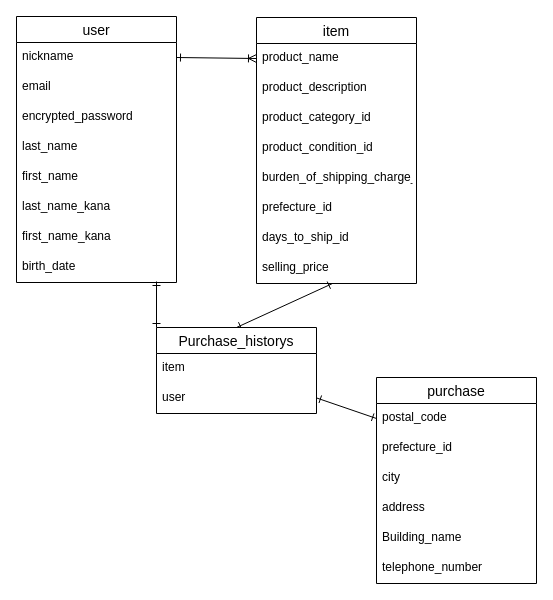
Earlier version of the draw.io diagram FURIMA-37117.dio (nakayoshi11/furima-37117). Source tidied: cells renumbered, new cells numbered last; positions are measured from the earlier drawing's top-left corner, leaving out a move shared by most shapes. Both pictures are drawn from the tidied source at 100%, with x=0, y=0 at pixel (16, 16).
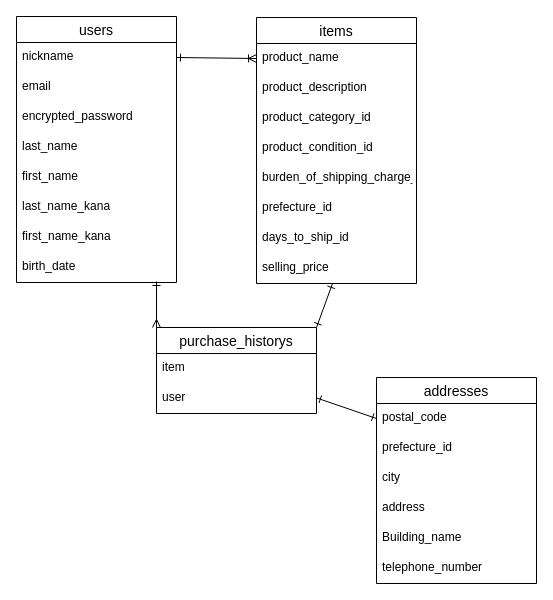
The same diagram, later.

The change refers to these unchanged cells:
```xml
<mxCell id="10" value="selling_price" style="text;strokeColor=none;fillColor=none;spacingLeft=4;spacingRight=4;overflow=hidden;points=[[0,0.5],[1,0.5]];portConstraint=eastwest;fontSize=12;" parent="2" vertex="1">
  <mxGeometry y="236" width="160" height="30" as="geometry" />
</mxCell>
<mxCell id="19" value="birth_date" style="text;strokeColor=none;fillColor=none;spacingLeft=4;spacingRight=4;overflow=hidden;points=[[0,0.5],[1,0.5]];portConstraint=eastwest;fontSize=12;" parent="11" vertex="1">
  <mxGeometry y="236" width="160" height="30" as="geometry" />
</mxCell>
```

Change to the diagram source:
```diff
@@
-    <mxCell id="2" value="item" style="swimlane;fontStyle=0;horizontal=1;startSize=26;align=center;fontSize=14;" parent="1" vertex="1">
+    <mxCell id="2" value="items" style="swimlane;fontStyle=0;horizontal=1;startSize=26;align=center;fontSize=14;" parent="1" vertex="1">
       <mxGeometry x="240" y="1" width="160" height="266" as="geometry" />
     </mxCell>
@@
-    <mxCell id="11" value="user" style="swimlane;fontStyle=0;horizontal=1;startSize=26;align=center;fontSize=14;" parent="1" vertex="1">
+    <mxCell id="11" value="users" style="swimlane;fontStyle=0;horizontal=1;startSize=26;align=center;fontSize=14;" parent="1" vertex="1">
       <mxGeometry width="160" height="266" as="geometry" />
     </mxCell>
@@
-    <mxCell id="20" value="purchase" style="swimlane;fontStyle=0;horizontal=1;startSize=26;align=center;fontSize=14;" parent="1" vertex="1">
+    <mxCell id="20" value="addresses" style="swimlane;fontStyle=0;horizontal=1;startSize=26;align=center;fontSize=14;" parent="1" vertex="1">
       <mxGeometry x="360" y="361" width="160" height="206" as="geometry" />
     </mxCell>
@@
-    <mxCell id="27" style="edgeStyle=none;html=1;exitX=0;exitY=0;exitDx=0;exitDy=0;startArrow=ERone;startFill=0;endArrow=ERone;endFill=0;entryX=0.875;entryY=0.967;entryDx=0;entryDy=0;entryPerimeter=0;" parent="1" edge="1" source="30" target="19">
+    <mxCell id="27" style="edgeStyle=none;html=1;exitX=0;exitY=0;exitDx=0;exitDy=0;startArrow=ERmany;startFill=0;endArrow=ERone;endFill=0;entryX=0.875;entryY=0.967;entryDx=0;entryDy=0;entryPerimeter=0;" parent="1" edge="1" source="30" target="19">
       <mxGeometry relative="1" as="geometry" />
     </mxCell>
-    <mxCell id="28" style="edgeStyle=none;html=1;exitX=0.5;exitY=0;exitDx=0;exitDy=0;startArrow=ERone;startFill=0;endArrow=ERone;endFill=0;entryX=0.475;entryY=1;entryDx=0;entryDy=0;entryPerimeter=0;" parent="1" edge="1" source="30" target="10">
+    <mxCell id="28" style="edgeStyle=none;html=1;exitX=1;exitY=0;exitDx=0;exitDy=0;startArrow=ERone;startFill=0;endArrow=ERone;endFill=0;entryX=0.475;entryY=1;entryDx=0;entryDy=0;entryPerimeter=0;" parent="1" edge="1" source="30" target="10">
       <mxGeometry relative="1" as="geometry" />
     </mxCell>
@@
-    <mxCell id="30" value="Purchase_historys" style="swimlane;fontStyle=0;horizontal=1;startSize=26;align=center;fontSize=14;" parent="1" vertex="1">
+    <mxCell id="30" value="purchase_historys" style="swimlane;fontStyle=0;horizontal=1;startSize=26;align=center;fontSize=14;" parent="1" vertex="1">
       <mxGeometry x="140" y="311" width="160" height="86" as="geometry" />
     </mxCell>
```
